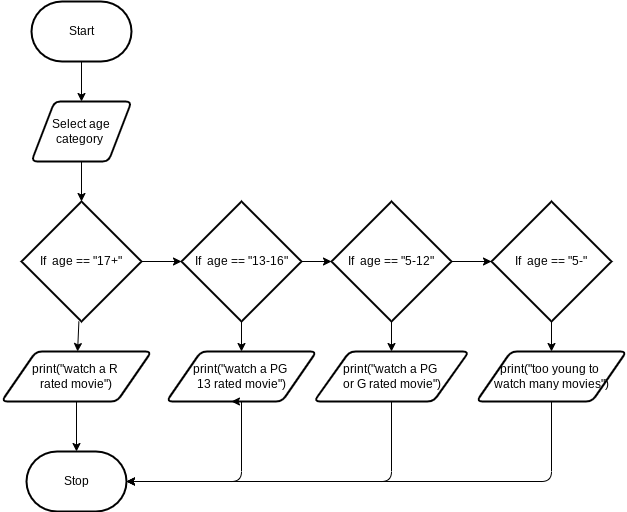
Before: design/flowchart.png, a diagram exported from draw.io (marshall-demars/ICS20-Unit5-03-JS). Source tidied: cells renumbered, new cells last; positions are measured from the earlier drawing's top-left corner, leaving out a move shared by most shapes. Source of this version:
```xml
<mxGraphModel>
  <root>
    <mxCell id="0" />
    <mxCell id="1" parent="0" />
    <mxCell id="2" style="edgeStyle=none;html=1;" parent="1" edge="1" source="3" target="5">
      <mxGeometry relative="1" as="geometry" />
    </mxCell>
    <mxCell id="3" value="Start" style="strokeWidth=2;html=1;shape=mxgraph.flowchart.terminator;whiteSpace=wrap;" parent="1" vertex="1">
      <mxGeometry x="30" width="100" height="60" as="geometry" />
    </mxCell>
    <mxCell id="4" style="edgeStyle=none;html=1;entryX=0.5;entryY=0;entryDx=0;entryDy=0;entryPerimeter=0;" parent="1" edge="1" source="5" target="8">
      <mxGeometry relative="1" as="geometry" />
    </mxCell>
    <mxCell id="5" value="Select age category&amp;nbsp;" style="shape=parallelogram;html=1;strokeWidth=2;perimeter=parallelogramPerimeter;whiteSpace=wrap;rounded=1;arcSize=12;size=0.23;" parent="1" vertex="1">
      <mxGeometry x="30" y="100" width="100" height="60" as="geometry" />
    </mxCell>
    <mxCell id="6" style="edgeStyle=none;html=1;entryX=0;entryY=0.5;entryDx=0;entryDy=0;entryPerimeter=0;" parent="1" edge="1" source="8" target="11">
      <mxGeometry relative="1" as="geometry" />
    </mxCell>
    <mxCell id="7" style="edgeStyle=none;html=1;" parent="1" edge="1" source="8" target="19">
      <mxGeometry relative="1" as="geometry" />
    </mxCell>
    <mxCell id="8" value="If&amp;nbsp; age == &quot;17+&quot;" style="strokeWidth=2;html=1;shape=mxgraph.flowchart.decision;whiteSpace=wrap;" parent="1" vertex="1">
      <mxGeometry x="20" y="200" width="120" height="120" as="geometry" />
    </mxCell>
    <mxCell id="9" style="edgeStyle=none;html=1;entryX=0;entryY=0.5;entryDx=0;entryDy=0;entryPerimeter=0;" parent="1" edge="1" source="11" target="15">
      <mxGeometry relative="1" as="geometry" />
    </mxCell>
    <mxCell id="10" style="edgeStyle=none;html=1;" parent="1" edge="1" source="11" target="21">
      <mxGeometry relative="1" as="geometry" />
    </mxCell>
    <mxCell id="11" value="If&amp;nbsp; age == &quot;13-16&quot;" style="strokeWidth=2;html=1;shape=mxgraph.flowchart.decision;whiteSpace=wrap;" parent="1" vertex="1">
      <mxGeometry x="180" y="200" width="120" height="120" as="geometry" />
    </mxCell>
    <mxCell id="12" style="edgeStyle=none;html=1;" parent="1" edge="1" source="15">
      <mxGeometry relative="1" as="geometry">
        <mxPoint x="510" y="260" as="targetPoint" />
      </mxGeometry>
    </mxCell>
    <mxCell id="13" style="edgeStyle=none;html=1;" parent="1" edge="1" source="15">
      <mxGeometry relative="1" as="geometry">
        <mxPoint x="490" y="260" as="targetPoint" />
      </mxGeometry>
    </mxCell>
    <mxCell id="14" style="edgeStyle=none;html=1;" parent="1" edge="1" source="15" target="25">
      <mxGeometry relative="1" as="geometry" />
    </mxCell>
    <mxCell id="15" value="If&amp;nbsp; age == &quot;5-12&quot;" style="strokeWidth=2;html=1;shape=mxgraph.flowchart.decision;whiteSpace=wrap;" parent="1" vertex="1">
      <mxGeometry x="330" y="200" width="120" height="120" as="geometry" />
    </mxCell>
    <mxCell id="16" style="edgeStyle=none;html=1;" parent="1" edge="1" source="17" target="23">
      <mxGeometry relative="1" as="geometry" />
    </mxCell>
    <mxCell id="17" value="If&amp;nbsp; age == &quot;5-&quot;" style="strokeWidth=2;html=1;shape=mxgraph.flowchart.decision;whiteSpace=wrap;" parent="1" vertex="1">
      <mxGeometry x="490" y="200" width="120" height="120" as="geometry" />
    </mxCell>
    <mxCell id="18" style="edgeStyle=none;html=1;entryX=0.5;entryY=0;entryDx=0;entryDy=0;entryPerimeter=0;" parent="1" edge="1" source="19" target="26">
      <mxGeometry relative="1" as="geometry" />
    </mxCell>
    <mxCell id="19" value="print(&quot;watch a R &lt;br&gt;rated movie&quot;)" style="shape=parallelogram;html=1;strokeWidth=2;perimeter=parallelogramPerimeter;whiteSpace=wrap;rounded=1;arcSize=12;size=0.23;" parent="1" vertex="1">
      <mxGeometry y="350" width="150" height="50" as="geometry" />
    </mxCell>
    <mxCell id="20" style="edgeStyle=orthogonalEdgeStyle;html=1;entryX=1;entryY=0.5;entryDx=0;entryDy=0;entryPerimeter=0;" parent="1" edge="1" source="21" target="26">
      <mxGeometry relative="1" as="geometry">
        <Array as="points">
          <mxPoint x="240" y="480" />
        </Array>
      </mxGeometry>
    </mxCell>
    <mxCell id="21" value="print(&quot;watch a PG &lt;br&gt;13 rated movie&quot;)" style="shape=parallelogram;html=1;strokeWidth=2;perimeter=parallelogramPerimeter;whiteSpace=wrap;rounded=1;arcSize=12;size=0.23;" parent="1" vertex="1">
      <mxGeometry x="165" y="350" width="150" height="50" as="geometry" />
    </mxCell>
    <mxCell id="22" style="edgeStyle=orthogonalEdgeStyle;html=1;entryX=1;entryY=0.5;entryDx=0;entryDy=0;entryPerimeter=0;" parent="1" edge="1" source="23" target="26">
      <mxGeometry relative="1" as="geometry">
        <Array as="points">
          <mxPoint x="550" y="480" />
        </Array>
      </mxGeometry>
    </mxCell>
    <mxCell id="23" value="print(&quot;too young to &lt;br&gt;watch many movies&quot;)" style="shape=parallelogram;html=1;strokeWidth=2;perimeter=parallelogramPerimeter;whiteSpace=wrap;rounded=1;arcSize=12;size=0.23;" parent="1" vertex="1">
      <mxGeometry x="475" y="350" width="150" height="50" as="geometry" />
    </mxCell>
    <mxCell id="24" style="edgeStyle=orthogonalEdgeStyle;html=1;entryX=1;entryY=0.5;entryDx=0;entryDy=0;entryPerimeter=0;" parent="1" edge="1" source="25" target="26">
      <mxGeometry relative="1" as="geometry">
        <Array as="points">
          <mxPoint x="390" y="480" />
        </Array>
      </mxGeometry>
    </mxCell>
    <mxCell id="25" value="print(&quot;watch a PG &lt;br&gt;or G rated movie&quot;)" style="shape=parallelogram;html=1;strokeWidth=2;perimeter=parallelogramPerimeter;whiteSpace=wrap;rounded=1;arcSize=12;size=0.23;" parent="1" vertex="1">
      <mxGeometry x="312.5" y="350" width="155" height="50" as="geometry" />
    </mxCell>
    <mxCell id="26" value="Stop" style="strokeWidth=2;html=1;shape=mxgraph.flowchart.terminator;whiteSpace=wrap;" parent="1" vertex="1">
      <mxGeometry x="25" y="450" width="100" height="60" as="geometry" />
    </mxCell>
    <mxCell id="27" style="edgeStyle=none;html=1;exitX=0.5;exitY=1;exitDx=0;exitDy=0;entryX=0.433;entryY=1;entryDx=0;entryDy=0;entryPerimeter=0;" parent="1" edge="1" source="21" target="21">
      <mxGeometry relative="1" as="geometry" />
    </mxCell>
  </root>
</mxGraphModel>
```
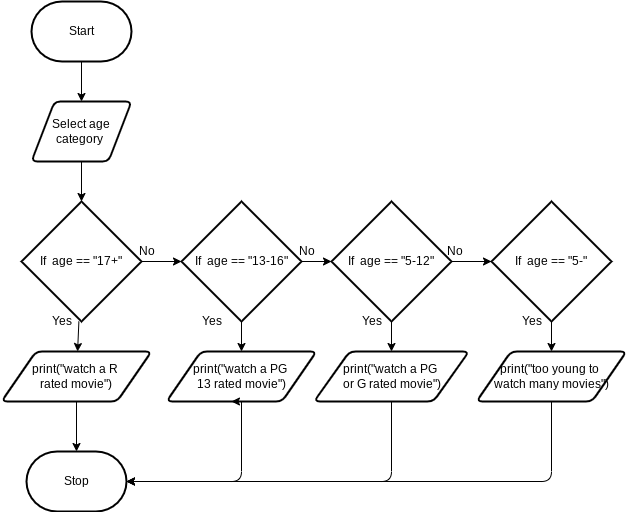
Above is the later version.

Diff of the diagram source:
```diff
@@ -96,5 +96,26 @@
     <mxCell id="27" style="edgeStyle=none;html=1;exitX=0.5;exitY=1;exitDx=0;exitDy=0;entryX=0.433;entryY=1;entryDx=0;entryDy=0;entryPerimeter=0;" parent="1" edge="1" source="21" target="21">
       <mxGeometry relative="1" as="geometry" />
     </mxCell>
+    <mxCell id="28" value="Yes" style="text;html=1;align=center;verticalAlign=middle;strokeColor=none;fillColor=none;" parent="1" vertex="1">
+      <mxGeometry x="40" y="310" width="40" height="20" as="geometry" />
+    </mxCell>
+    <mxCell id="29" value="Yes" style="text;html=1;align=center;verticalAlign=middle;strokeColor=none;fillColor=none;" parent="1" vertex="1">
+      <mxGeometry x="510" y="310" width="40" height="20" as="geometry" />
+    </mxCell>
+    <mxCell id="30" value="Yes" style="text;html=1;align=center;verticalAlign=middle;strokeColor=none;fillColor=none;" parent="1" vertex="1">
+      <mxGeometry x="350" y="310" width="40" height="20" as="geometry" />
+    </mxCell>
+    <mxCell id="31" value="Yes" style="text;html=1;align=center;verticalAlign=middle;strokeColor=none;fillColor=none;" parent="1" vertex="1">
+      <mxGeometry x="190" y="310" width="40" height="20" as="geometry" />
+    </mxCell>
+    <mxCell id="32" value="No" style="text;html=1;align=center;verticalAlign=middle;strokeColor=none;fillColor=none;" parent="1" vertex="1">
+      <mxGeometry x="130" y="240" width="30" height="20" as="geometry" />
+    </mxCell>
+    <mxCell id="33" value="No" style="text;html=1;align=center;verticalAlign=middle;strokeColor=none;fillColor=none;" parent="1" vertex="1">
+      <mxGeometry x="437.5" y="240" width="30" height="20" as="geometry" />
+    </mxCell>
+    <mxCell id="34" value="No" style="text;html=1;align=center;verticalAlign=middle;strokeColor=none;fillColor=none;" parent="1" vertex="1">
+      <mxGeometry x="290" y="240" width="30" height="20" as="geometry" />
+    </mxCell>
   </root>
 </mxGraphModel>
```
